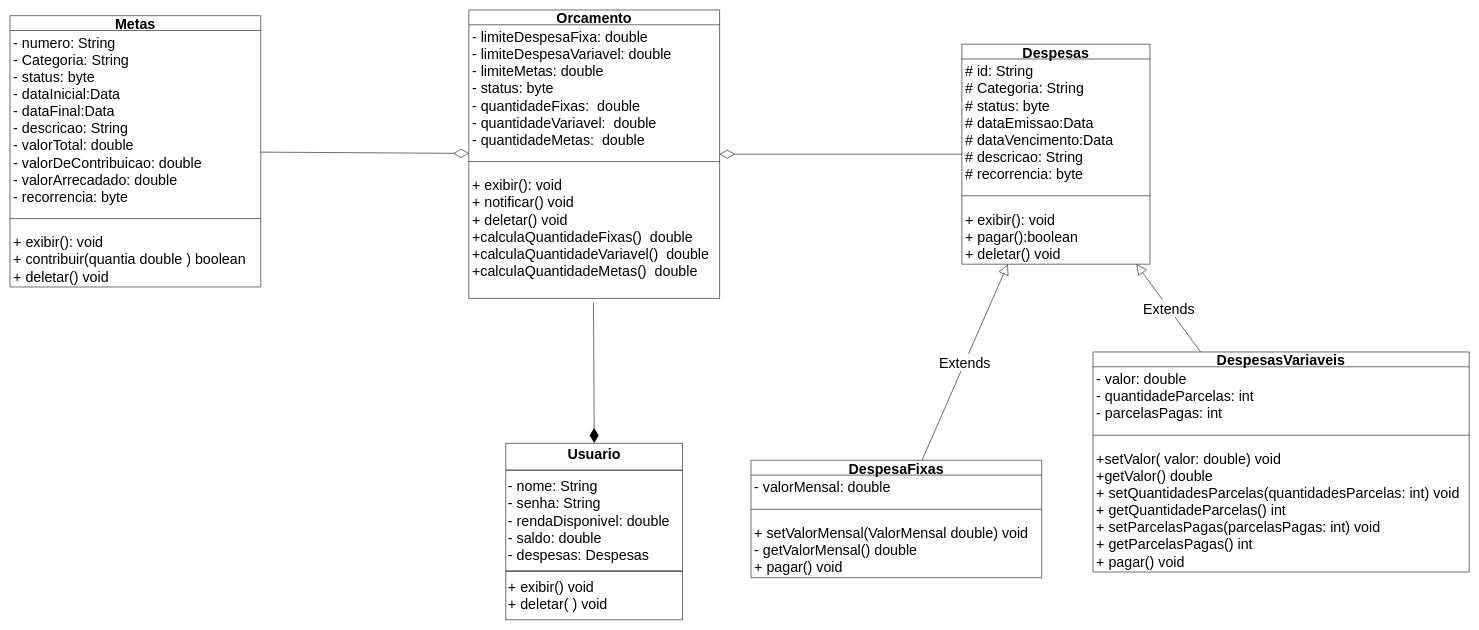
josevictoraraujorojas/Controle-Financeiro keeps this draw.io diagram as Diagrama de classe Controle-Financeiro.drawio. Above is the earlier version. Source tidied: cells renumbered, new cells numbered last; positions are measured from the earlier drawing's top-left corner, leaving out a move shared by most shapes. Both pictures are drawn from the tidied source at 57%, with x=0, y=0 at pixel (10, 10).
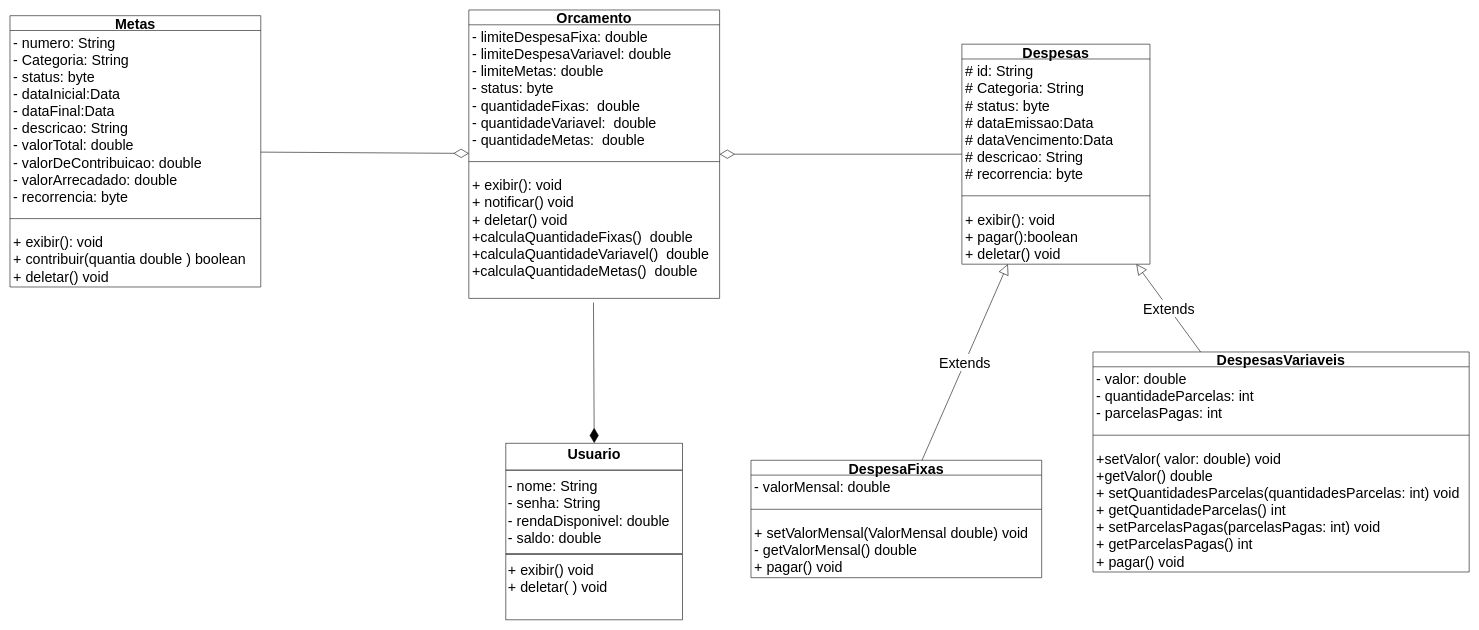
The same diagram, later.

Diff of the diagram source:
```diff
@@
-    <mxCell id="2" value="&lt;p style=&quot;margin: 4px 0px 0px; text-align: center; font-size: 25px;&quot;&gt;&lt;b style=&quot;font-size: 25px;&quot;&gt;Usuario&lt;/b&gt;&lt;/p&gt;&lt;hr style=&quot;border-style: solid; font-size: 25px;&quot;&gt;&lt;p style=&quot;margin: 0px 0px 0px 4px; font-size: 25px;&quot;&gt;- nome: String&lt;/p&gt;&lt;p style=&quot;margin: 0px 0px 0px 4px; font-size: 25px;&quot;&gt;- senha: String&lt;/p&gt;&lt;p style=&quot;margin: 0px 0px 0px 4px; font-size: 25px;&quot;&gt;- rendaDisponivel: double&lt;/p&gt;&lt;p style=&quot;margin: 0px 0px 0px 4px; font-size: 25px;&quot;&gt;- saldo: double&lt;/p&gt;&lt;p style=&quot;margin: 0px 0px 0px 4px; font-size: 25px;&quot;&gt;- despesas: Despesas&lt;/p&gt;&lt;hr style=&quot;border-style: solid; font-size: 25px;&quot;&gt;&lt;p style=&quot;margin: 0px 0px 0px 4px; font-size: 25px;&quot;&gt;+ exibir() void&amp;nbsp;&lt;/p&gt;&lt;p style=&quot;margin: 0px 0px 0px 4px; font-size: 25px;&quot;&gt;+ deletar( ) void&lt;/p&gt;" style="verticalAlign=top;align=left;overflow=fill;html=1;whiteSpace=wrap;fontSize=25;" parent="1" vertex="1">
+    <mxCell id="2" value="&lt;p style=&quot;margin: 4px 0px 0px; text-align: center; font-size: 25px;&quot;&gt;&lt;b style=&quot;font-size: 25px;&quot;&gt;Usuario&lt;/b&gt;&lt;/p&gt;&lt;hr style=&quot;border-style: solid; font-size: 25px;&quot;&gt;&lt;p style=&quot;margin: 0px 0px 0px 4px; font-size: 25px;&quot;&gt;- nome: String&lt;/p&gt;&lt;p style=&quot;margin: 0px 0px 0px 4px; font-size: 25px;&quot;&gt;- senha: String&lt;/p&gt;&lt;p style=&quot;margin: 0px 0px 0px 4px; font-size: 25px;&quot;&gt;- rendaDisponivel: double&lt;/p&gt;&lt;p style=&quot;margin: 0px 0px 0px 4px; font-size: 25px;&quot;&gt;- saldo: double&lt;/p&gt;&lt;hr style=&quot;border-style: solid; font-size: 25px;&quot;&gt;&lt;p style=&quot;margin: 0px 0px 0px 4px; font-size: 25px;&quot;&gt;+ exibir() void&amp;nbsp;&lt;/p&gt;&lt;p style=&quot;margin: 0px 0px 0px 4px; font-size: 25px;&quot;&gt;+ deletar( ) void&lt;/p&gt;" style="verticalAlign=top;align=left;overflow=fill;html=1;whiteSpace=wrap;fontSize=25;" parent="1" vertex="1">
       <mxGeometry x="870" y="760" width="310" height="310" as="geometry" />
     </mxCell>
```
